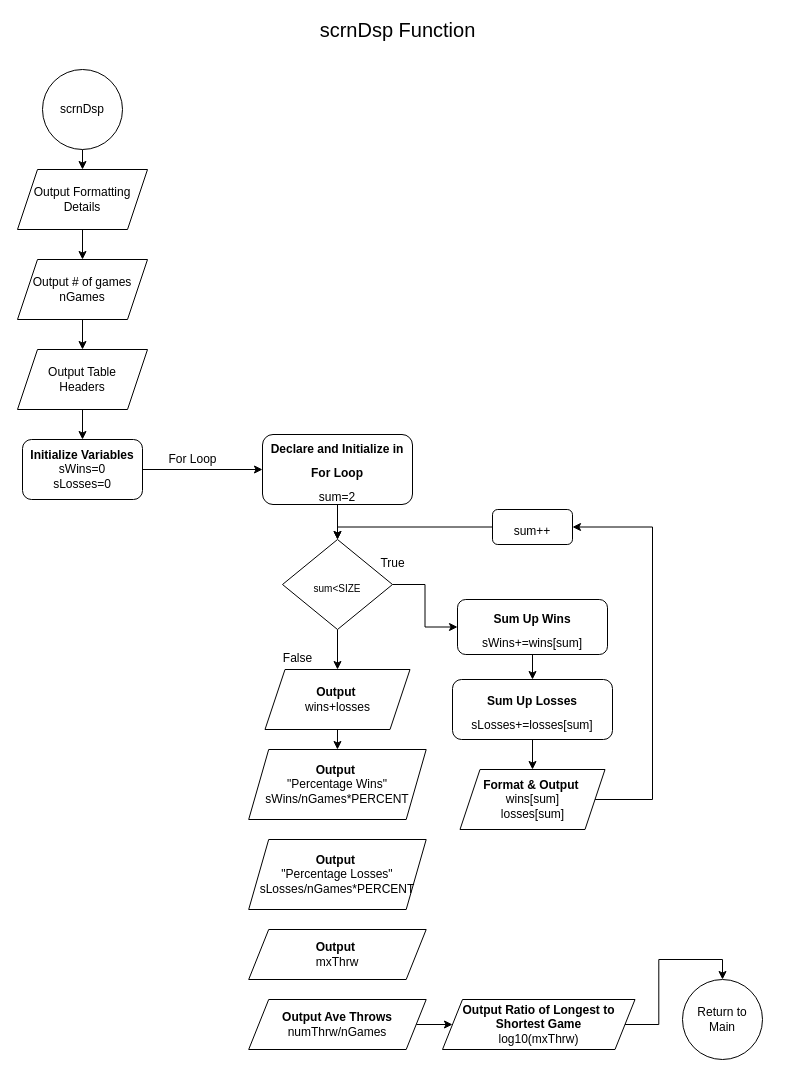
ce2791334/EnglandCody_CSC17A_49287 keeps this draw.io diagram as page "Page-5" (5 of 7) of Lab/Untitled Diagram.drawio. Above is the earlier version. Source tidied: cells renumbered, new cells numbered last; positions are measured from the earlier drawing's top-left corner, leaving out a move shared by most shapes. Both pictures are drawn from the tidied source at 100%, with x=0, y=0 at pixel (17, 19).
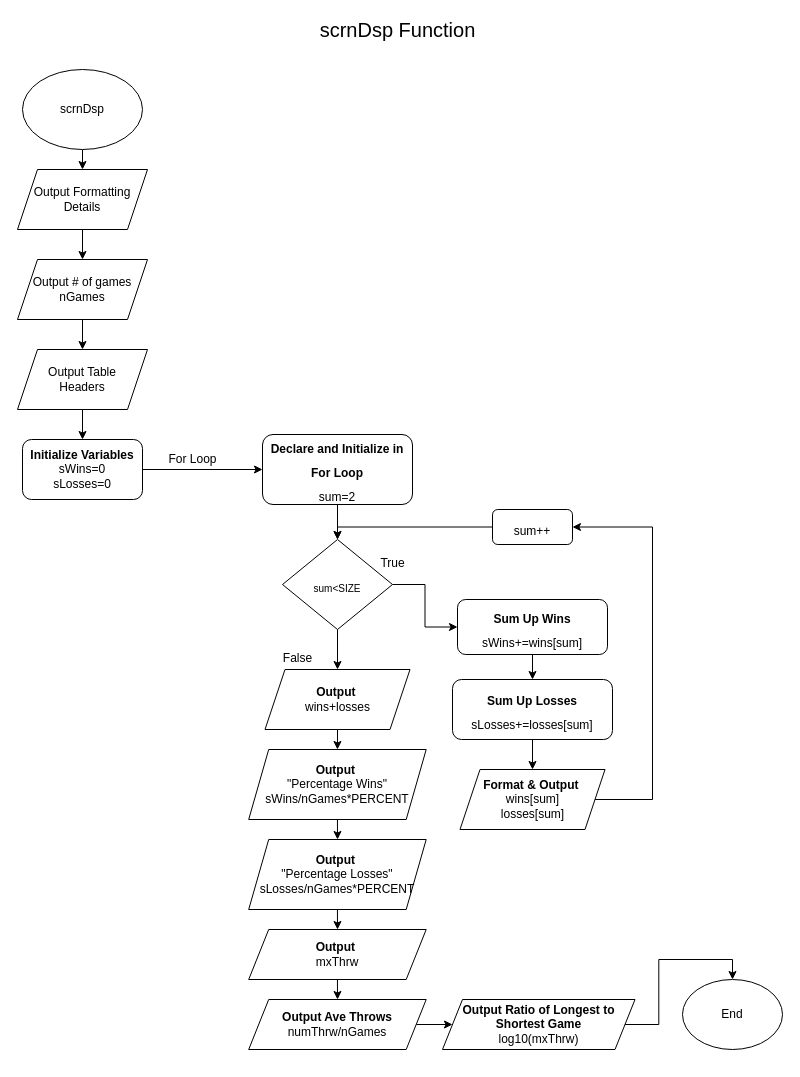
Above is the later version.

Unchanged cells that the change refers to:
```xml
<mxCell id="6" value="Output Formatting Details" style="shape=parallelogram;perimeter=parallelogramPerimeter;whiteSpace=wrap;html=1;fixedSize=1;strokeWidth=1;fontSize=12;align=center;" parent="1" vertex="1">
  <mxGeometry y="150" width="130" height="60" as="geometry" />
</mxCell>
<mxCell id="31" value="&lt;b&gt;Output&amp;nbsp;&lt;br&gt;&lt;/b&gt;&quot;Percentage Wins&quot;&lt;br&gt;sWins/nGames*PERCENT" style="shape=parallelogram;perimeter=parallelogramPerimeter;whiteSpace=wrap;html=1;fixedSize=1;strokeWidth=1;fontSize=12;align=center;" parent="1" vertex="1">
  <mxGeometry x="231.2" y="730" width="177.5" height="70" as="geometry" />
</mxCell>
<mxCell id="32" value="&lt;b&gt;Output&amp;nbsp;&lt;br&gt;&lt;/b&gt;&quot;Percentage Losses&quot;&lt;br&gt;sLosses/nGames*PERCENT" style="shape=parallelogram;perimeter=parallelogramPerimeter;whiteSpace=wrap;html=1;fixedSize=1;strokeWidth=1;fontSize=12;align=center;" parent="1" vertex="1">
  <mxGeometry x="231.2" y="820" width="177.5" height="70" as="geometry" />
</mxCell>
<mxCell id="33" value="&lt;b&gt;Output&amp;nbsp;&lt;br&gt;&lt;/b&gt;mxThrw" style="shape=parallelogram;perimeter=parallelogramPerimeter;whiteSpace=wrap;html=1;fixedSize=1;strokeWidth=1;fontSize=12;align=center;" parent="1" vertex="1">
  <mxGeometry x="231.2" y="910" width="177.5" height="50" as="geometry" />
</mxCell>
<mxCell id="35" value="&lt;b&gt;Output Ave Throws&lt;br&gt;&lt;/b&gt;numThrw/nGames" style="shape=parallelogram;perimeter=parallelogramPerimeter;whiteSpace=wrap;html=1;fixedSize=1;strokeWidth=1;fontSize=12;align=center;" parent="1" vertex="1">
  <mxGeometry x="231.2" y="980" width="177.5" height="50" as="geometry" />
</mxCell>
<mxCell id="37" value="&lt;b&gt;Output Ratio of Longest to Shortest Game&lt;br&gt;&lt;/b&gt;log10(mxThrw)" style="shape=parallelogram;perimeter=parallelogramPerimeter;whiteSpace=wrap;html=1;fixedSize=1;strokeWidth=1;fontSize=12;align=center;" parent="1" vertex="1">
  <mxGeometry x="425" y="980" width="192.5" height="50" as="geometry" />
</mxCell>
```

Diff of the diagram source:
```diff
@@
-    <mxCell id="3" style="edgeStyle=orthogonalEdgeStyle;rounded=0;jettySize=auto;html=1;exitX=0.5;exitY=1;exitDx=0;exitDy=0;entryX=0.5;entryY=0;entryDx=0;entryDy=0;fontSize=12;" parent="1" edge="1" source="4" target="6">
-      <mxGeometry relative="1" as="geometry" />
+    <mxCell id="3" style="edgeStyle=orthogonalEdgeStyle;rounded=0;jettySize=auto;html=1;exitX=0.5;exitY=1;exitDx=0;exitDy=0;entryX=0.5;entryY=0;entryDx=0;entryDy=0;fontSize=12;" parent="1" edge="1" target="6">
+      <mxGeometry relative="1" as="geometry">
+        <mxPoint x="65" y="130" as="sourcePoint" />
+      </mxGeometry>
     </mxCell>
-    <mxCell id="4" value="scrnDsp" style="ellipse;whiteSpace=wrap;html=1;strokeWidth=1;fontSize=12;align=center;" parent="1" vertex="1">
-      <mxGeometry x="25" y="50" width="80" height="80" as="geometry" />
-    </mxCell>
@@
+    <mxCell id="39" style="edgeStyle=orthogonalEdgeStyle;rounded=0;jettySize=auto;html=1;exitX=0.5;exitY=1;exitDx=0;exitDy=0;" parent="1" edge="1" source="31" target="32">
+      <mxGeometry relative="1" as="geometry" />
+    </mxCell>
@@
+    <mxCell id="40" style="edgeStyle=orthogonalEdgeStyle;rounded=0;jettySize=auto;html=1;exitX=0.5;exitY=1;exitDx=0;exitDy=0;" parent="1" edge="1" source="32" target="33">
+      <mxGeometry relative="1" as="geometry" />
+    </mxCell>
@@
+    <mxCell id="41" style="edgeStyle=orthogonalEdgeStyle;rounded=0;jettySize=auto;html=1;exitX=0.5;exitY=1;exitDx=0;exitDy=0;" parent="1" edge="1" source="33" target="35">
+      <mxGeometry relative="1" as="geometry" />
+    </mxCell>
@@
-    <mxCell id="36" style="edgeStyle=orthogonalEdgeStyle;rounded=0;jettySize=auto;html=1;exitX=1;exitY=0.5;exitDx=0;exitDy=0;entryX=0.5;entryY=0;entryDx=0;entryDy=0;fontSize=12;" parent="1" edge="1" source="37" target="38">
-      <mxGeometry relative="1" as="geometry" />
-    </mxCell>
+    <mxCell id="42" style="edgeStyle=orthogonalEdgeStyle;rounded=0;jettySize=auto;html=1;exitX=1;exitY=0.5;exitDx=0;exitDy=0;entryX=0.5;entryY=0;entryDx=0;entryDy=0;" parent="1" edge="1" source="37" target="43">
+      <mxGeometry relative="1" as="geometry" />
+    </mxCell>
@@
-    <mxCell id="38" value="Return to Main" style="ellipse;whiteSpace=wrap;html=1;strokeWidth=1;fontSize=12;align=center;" parent="1" vertex="1">
-      <mxGeometry x="665" y="960" width="80" height="80" as="geometry" />
-    </mxCell>
+    <mxCell id="4" value="&lt;span&gt;scrnDsp&lt;/span&gt;" style="ellipse;whiteSpace=wrap;html=1;" parent="1" vertex="1">
+      <mxGeometry x="5" y="50" width="120" height="80" as="geometry" />
+    </mxCell>
+    <mxCell id="43" value="End" style="ellipse;whiteSpace=wrap;html=1;" parent="1" vertex="1">
+      <mxGeometry x="665" y="960" width="100" height="70" as="geometry" />
+    </mxCell>
```
